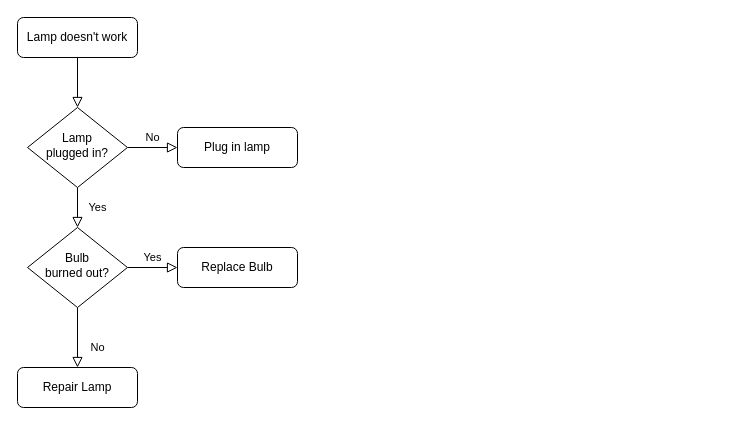
Before: Untitled Diagram.drawio in xinqinew/Note, a draw.io diagram. Source tidied: cells renumbered, new cells numbered last; positions are measured from the earlier drawing's top-left corner, leaving out a move shared by most shapes. Both pictures are drawn from the tidied source at 100%, with x=0, y=0 at pixel (17, 17).
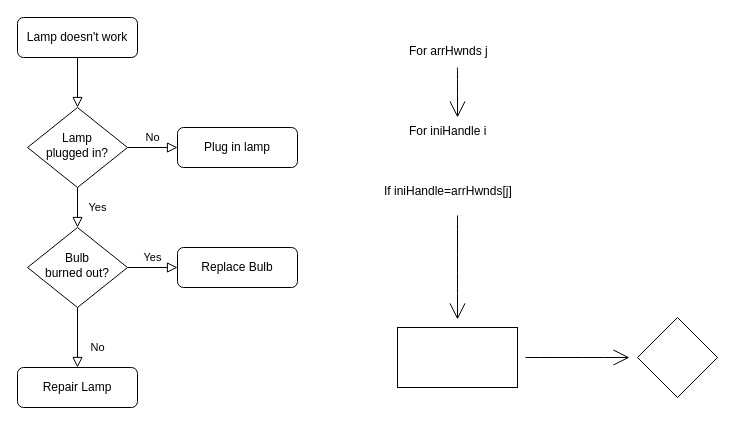
Above is the later version.

The edit, as a diff of the source:
```diff
@@
+    <mxCell id="13" value="For arrHwnds j" style="text;whiteSpace=wrap;html=1;" parent="1" vertex="1">
+      <mxGeometry x="390" y="20" width="100" height="30" as="geometry" />
+    </mxCell>
+    <mxCell id="14" value="For iniHandle i" style="text;whiteSpace=wrap;html=1;" parent="1" vertex="1">
+      <mxGeometry x="390" y="100" width="100" height="20" as="geometry" />
+    </mxCell>
+    <mxCell id="15" style="edgeStyle=none;jettySize=auto;html=1;rounded=0;endArrow=open;startSize=14;endSize=14;sourcePerimeterSpacing=8;targetPerimeterSpacing=8;curved=1;exitX=0.5;exitY=1;exitDx=0;exitDy=0;entryX=0.5;entryY=0;entryDx=0;entryDy=0;" parent="1" edge="1" source="13" target="14">
+      <mxGeometry relative="1" as="geometry" />
+    </mxCell>
+    <mxCell id="16" style="edgeStyle=none;curved=1;rounded=0;jettySize=auto;html=1;endArrow=open;startSize=14;endSize=14;sourcePerimeterSpacing=8;targetPerimeterSpacing=8;" parent="1" edge="1" source="17" target="19">
+      <mxGeometry relative="1" as="geometry" />
+    </mxCell>
+    <mxCell id="17" value="If iniHandle=arrHwnds[j]" style="text;whiteSpace=wrap;html=1;" parent="1" vertex="1">
+      <mxGeometry x="365" y="160" width="150" height="30" as="geometry" />
+    </mxCell>
+    <mxCell id="18" style="edgeStyle=none;curved=1;rounded=0;jettySize=auto;html=1;endArrow=open;startSize=14;endSize=14;sourcePerimeterSpacing=8;targetPerimeterSpacing=8;" parent="1" edge="1" source="19" target="20">
+      <mxGeometry relative="1" as="geometry" />
+    </mxCell>
+    <mxCell id="19" style="whiteSpace=wrap;html=1;hachureGap=4;" parent="1" vertex="1">
+      <mxGeometry x="380" y="310" width="120" height="60" as="geometry" />
+    </mxCell>
+    <mxCell id="20" style="rhombus;whiteSpace=wrap;html=1;hachureGap=4;" parent="1" vertex="1">
+      <mxGeometry x="620" y="300" width="80" height="80" as="geometry" />
+    </mxCell>
```
